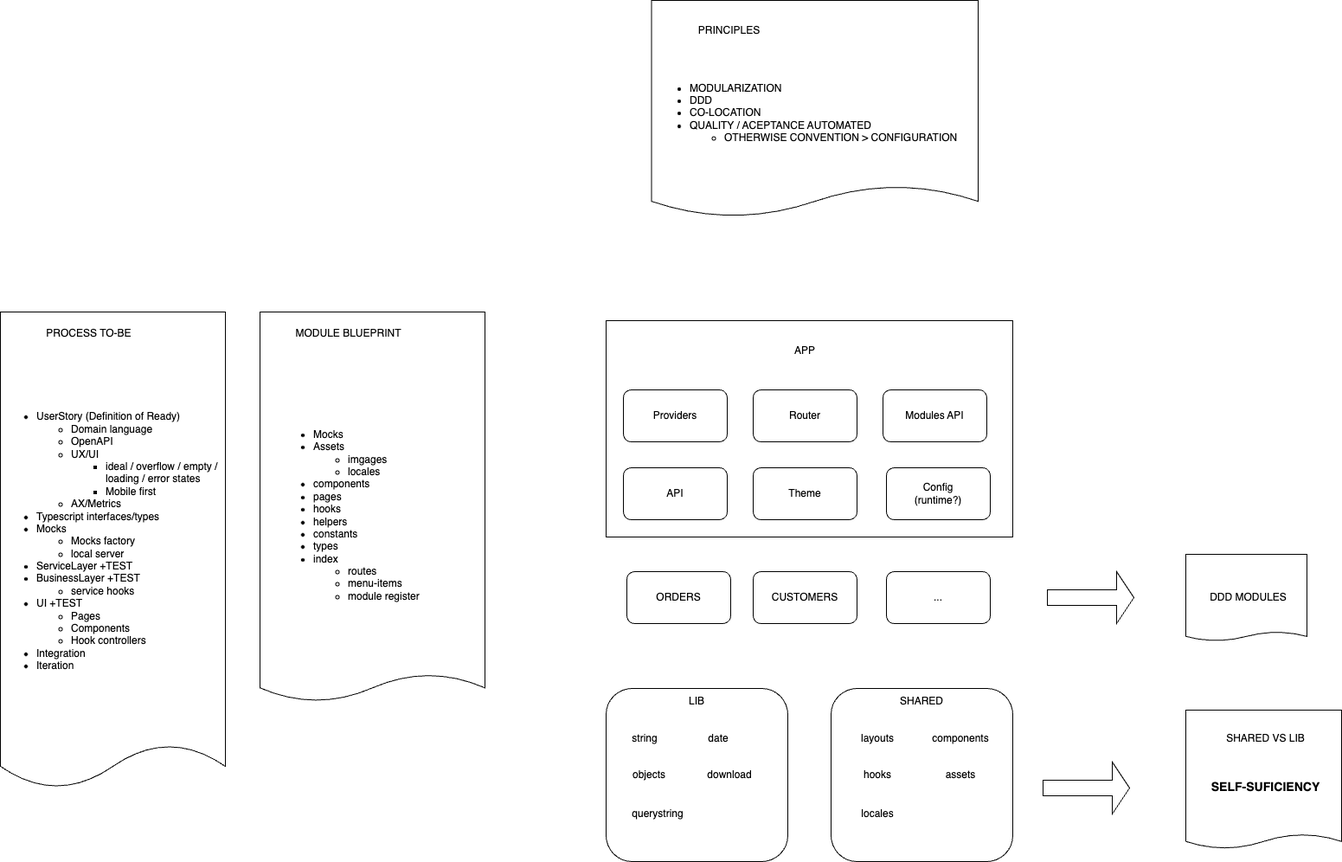
Above: arquitecture.drawio.png in etereo-io/vite-react-ts-scaffolding (draw.io), before the change. Source tidied: cells renumbered, new cells last; positions are measured from the earlier drawing's top-left corner, leaving out a move shared by most shapes. Its diagram source:
```xml
<mxGraphModel>
  <root>
    <mxCell id="0" />
    <mxCell id="1" parent="0" />
    <mxCell id="2" style="rounded=0;whiteSpace=wrap;html=1;" parent="1" vertex="1">
      <mxGeometry x="700" y="370" width="470" height="250" as="geometry" />
    </mxCell>
    <mxCell id="3" value="Providers" style="rounded=1;whiteSpace=wrap;html=1;" parent="1" vertex="1">
      <mxGeometry x="720" y="450" width="120" height="60" as="geometry" />
    </mxCell>
    <mxCell id="4" value="APP" style="text;html=1;strokeColor=none;fillColor=none;align=center;verticalAlign=middle;whiteSpace=wrap;rounded=0;" parent="1" vertex="1">
      <mxGeometry x="900" y="390" width="60" height="30" as="geometry" />
    </mxCell>
    <mxCell id="5" style="rounded=1;whiteSpace=wrap;html=1;" parent="1" vertex="1">
      <mxGeometry x="700" y="795" width="210" height="200" as="geometry" />
    </mxCell>
    <mxCell id="6" value="string" style="text;html=1;strokeColor=none;fillColor=none;align=center;verticalAlign=middle;whiteSpace=wrap;rounded=0;" parent="1" vertex="1">
      <mxGeometry x="715" y="837.5" width="60" height="30" as="geometry" />
    </mxCell>
    <mxCell id="7" value="objects" style="text;html=1;strokeColor=none;fillColor=none;align=center;verticalAlign=middle;whiteSpace=wrap;rounded=0;" parent="1" vertex="1">
      <mxGeometry x="720" y="880" width="60" height="30" as="geometry" />
    </mxCell>
    <mxCell id="8" value="date" style="text;html=1;strokeColor=none;fillColor=none;align=center;verticalAlign=middle;whiteSpace=wrap;rounded=0;" parent="1" vertex="1">
      <mxGeometry x="800" y="837.5" width="60" height="30" as="geometry" />
    </mxCell>
    <mxCell id="9" style="rounded=1;whiteSpace=wrap;html=1;" parent="1" vertex="1">
      <mxGeometry x="960" y="795" width="210" height="200" as="geometry" />
    </mxCell>
    <mxCell id="10" value="ORDERS" style="rounded=1;whiteSpace=wrap;html=1;" parent="1" vertex="1">
      <mxGeometry x="724" y="660" width="120" height="60" as="geometry" />
    </mxCell>
    <mxCell id="11" value="layouts" style="text;html=1;strokeColor=none;fillColor=none;align=center;verticalAlign=middle;whiteSpace=wrap;rounded=0;" parent="1" vertex="1">
      <mxGeometry x="984" y="837.5" width="60" height="30" as="geometry" />
    </mxCell>
    <mxCell id="12" value="components" style="text;html=1;strokeColor=none;fillColor=none;align=center;verticalAlign=middle;whiteSpace=wrap;rounded=0;" parent="1" vertex="1">
      <mxGeometry x="1080" y="837.5" width="60" height="30" as="geometry" />
    </mxCell>
    <mxCell id="13" value="hooks" style="text;html=1;strokeColor=none;fillColor=none;align=center;verticalAlign=middle;whiteSpace=wrap;rounded=0;" parent="1" vertex="1">
      <mxGeometry x="984" y="880" width="60" height="30" as="geometry" />
    </mxCell>
    <mxCell id="14" value="download" style="text;html=1;strokeColor=none;fillColor=none;align=center;verticalAlign=middle;whiteSpace=wrap;rounded=0;" parent="1" vertex="1">
      <mxGeometry x="812.5" y="880" width="60" height="30" as="geometry" />
    </mxCell>
    <mxCell id="15" value="querystring" style="text;html=1;strokeColor=none;fillColor=none;align=center;verticalAlign=middle;whiteSpace=wrap;rounded=0;" parent="1" vertex="1">
      <mxGeometry x="730" y="925" width="60" height="30" as="geometry" />
    </mxCell>
    <mxCell id="16" value="Router" style="rounded=1;whiteSpace=wrap;html=1;" parent="1" vertex="1">
      <mxGeometry x="870" y="450" width="120" height="60" as="geometry" />
    </mxCell>
    <mxCell id="17" value="Modules API" style="rounded=1;whiteSpace=wrap;html=1;" parent="1" vertex="1">
      <mxGeometry x="1020" y="450" width="120" height="60" as="geometry" />
    </mxCell>
    <mxCell id="18" value="..." style="rounded=1;whiteSpace=wrap;html=1;" parent="1" vertex="1">
      <mxGeometry x="1024" y="660" width="120" height="60" as="geometry" />
    </mxCell>
    <mxCell id="19" style="shape=document;whiteSpace=wrap;html=1;boundedLbl=1;size=0.06976744186046512;" parent="1" vertex="1">
      <mxGeometry x="300" y="360" width="260" height="450" as="geometry" />
    </mxCell>
    <mxCell id="20" value="assets" style="text;html=1;strokeColor=none;fillColor=none;align=center;verticalAlign=middle;whiteSpace=wrap;rounded=0;" parent="1" vertex="1">
      <mxGeometry x="1080" y="880" width="60" height="30" as="geometry" />
    </mxCell>
    <mxCell id="21" value="locales" style="text;html=1;strokeColor=none;fillColor=none;align=center;verticalAlign=middle;whiteSpace=wrap;rounded=0;" parent="1" vertex="1">
      <mxGeometry x="984" y="925" width="60" height="30" as="geometry" />
    </mxCell>
    <mxCell id="22" value="Theme" style="rounded=1;whiteSpace=wrap;html=1;" parent="1" vertex="1">
      <mxGeometry x="870" y="540" width="120" height="60" as="geometry" />
    </mxCell>
    <mxCell id="23" value="MODULE BLUEPRINT" style="text;html=1;strokeColor=none;fillColor=none;align=center;verticalAlign=middle;whiteSpace=wrap;rounded=0;" parent="1" vertex="1">
      <mxGeometry x="330" y="370" width="145" height="30" as="geometry" />
    </mxCell>
    <mxCell id="24" value="CUSTOMERS" style="rounded=1;whiteSpace=wrap;html=1;" parent="1" vertex="1">
      <mxGeometry x="870" y="660" width="120" height="60" as="geometry" />
    </mxCell>
    <mxCell id="25" style="shape=document;whiteSpace=wrap;html=1;boundedLbl=1;size=0.09090909090909091;" parent="1" vertex="1">
      <mxGeometry y="360" width="260" height="550" as="geometry" />
    </mxCell>
    <mxCell id="26" value="PROCESS TO-BE" style="text;html=1;strokeColor=none;fillColor=none;align=center;verticalAlign=middle;whiteSpace=wrap;rounded=0;" parent="1" vertex="1">
      <mxGeometry x="30" y="370" width="145" height="30" as="geometry" />
    </mxCell>
    <mxCell id="27" value="&lt;ul&gt;&lt;li&gt;UserStory (Definition of Ready)&lt;/li&gt;&lt;ul&gt;&lt;li&gt;Domain language&lt;/li&gt;&lt;li&gt;OpenAPI&lt;/li&gt;&lt;li&gt;UX/UI&lt;/li&gt;&lt;ul&gt;&lt;li&gt;ideal / overflow / empty / loading / error states&lt;/li&gt;&lt;li&gt;Mobile first&lt;/li&gt;&lt;/ul&gt;&lt;li&gt;AX/Metrics&lt;/li&gt;&lt;/ul&gt;&lt;li&gt;Typescript interfaces/types&lt;/li&gt;&lt;li&gt;Mocks&lt;/li&gt;&lt;ul&gt;&lt;li&gt;Mocks factory&lt;/li&gt;&lt;li&gt;local server&lt;/li&gt;&lt;/ul&gt;&lt;li&gt;ServiceLayer +TEST&lt;/li&gt;&lt;li&gt;BusinessLayer +TEST&lt;/li&gt;&lt;ul&gt;&lt;li&gt;service hooks&lt;/li&gt;&lt;/ul&gt;&lt;li&gt;UI +TEST&lt;/li&gt;&lt;ul&gt;&lt;li&gt;Pages&lt;/li&gt;&lt;li&gt;Components&lt;/li&gt;&lt;li&gt;Hook controllers&lt;/li&gt;&lt;/ul&gt;&lt;li&gt;Integration&lt;/li&gt;&lt;li&gt;Iteration&lt;/li&gt;&lt;/ul&gt;" style="text;strokeColor=none;fillColor=none;html=1;whiteSpace=wrap;verticalAlign=middle;overflow=hidden;" parent="1" vertex="1">
      <mxGeometry y="390" width="260" height="470" as="geometry" />
    </mxCell>
    <mxCell id="28" value="&lt;ul&gt;&lt;li&gt;Mocks&lt;/li&gt;&lt;li&gt;Assets&lt;/li&gt;&lt;ul&gt;&lt;li&gt;imgages&lt;/li&gt;&lt;li&gt;locales&lt;/li&gt;&lt;/ul&gt;&lt;li&gt;components&lt;/li&gt;&lt;li&gt;pages&lt;/li&gt;&lt;li&gt;hooks&lt;/li&gt;&lt;li&gt;helpers&lt;/li&gt;&lt;li&gt;constants&lt;/li&gt;&lt;li&gt;types&lt;/li&gt;&lt;li&gt;index&lt;/li&gt;&lt;ul&gt;&lt;li&gt;routes&lt;/li&gt;&lt;li&gt;menu-items&lt;/li&gt;&lt;li&gt;module register&lt;/li&gt;&lt;/ul&gt;&lt;/ul&gt;" style="text;strokeColor=none;fillColor=none;html=1;whiteSpace=wrap;verticalAlign=middle;overflow=hidden;" parent="1" vertex="1">
      <mxGeometry x="320" y="430" width="240" height="330" as="geometry" />
    </mxCell>
    <mxCell id="29" style="shape=document;whiteSpace=wrap;html=1;boundedLbl=1;size=0.14285714285714285;" parent="1" vertex="1">
      <mxGeometry x="752.5" width="377.5" height="250" as="geometry" />
    </mxCell>
    <mxCell id="30" value="PRINCIPLES" style="text;html=1;strokeColor=none;fillColor=none;align=center;verticalAlign=middle;whiteSpace=wrap;rounded=0;" parent="1" vertex="1">
      <mxGeometry x="770" y="20" width="145" height="30" as="geometry" />
    </mxCell>
    <mxCell id="31" value="&lt;ul&gt;&lt;li&gt;MODULARIZATION&lt;/li&gt;&lt;li&gt;DDD&lt;/li&gt;&lt;li&gt;CO-LOCATION&lt;/li&gt;&lt;li&gt;QUALITY / ACEPTANCE AUTOMATED&lt;/li&gt;&lt;ul&gt;&lt;li&gt;OTHERWISE CONVENTION &amp;gt; CONFIGURATION&lt;/li&gt;&lt;/ul&gt;&lt;/ul&gt;" style="text;strokeColor=none;fillColor=none;html=1;whiteSpace=wrap;verticalAlign=middle;overflow=hidden;" parent="1" vertex="1">
      <mxGeometry x="755" y="60" width="360" height="140" as="geometry" />
    </mxCell>
    <mxCell id="32" value="Config&lt;br&gt;(runtime?)" style="rounded=1;whiteSpace=wrap;html=1;" parent="1" vertex="1">
      <mxGeometry x="1024" y="540" width="120" height="60" as="geometry" />
    </mxCell>
    <mxCell id="33" value="LIB" style="text;html=1;strokeColor=none;fillColor=none;align=center;verticalAlign=middle;whiteSpace=wrap;rounded=0;" parent="1" vertex="1">
      <mxGeometry x="775" y="795" width="60" height="30" as="geometry" />
    </mxCell>
    <mxCell id="34" value="SHARED" style="text;html=1;strokeColor=none;fillColor=none;align=center;verticalAlign=middle;whiteSpace=wrap;rounded=0;" parent="1" vertex="1">
      <mxGeometry x="1035" y="795" width="60" height="30" as="geometry" />
    </mxCell>
    <mxCell id="35" style="shape=document;whiteSpace=wrap;html=1;boundedLbl=1;size=0.10344827586206896;" parent="1" vertex="1">
      <mxGeometry x="1370" y="820" width="180" height="160" as="geometry" />
    </mxCell>
    <mxCell id="36" value="SHARED VS LIB" style="text;html=1;strokeColor=none;fillColor=none;align=center;verticalAlign=middle;whiteSpace=wrap;rounded=0;" parent="1" vertex="1">
      <mxGeometry x="1390" y="837.5" width="145" height="30" as="geometry" />
    </mxCell>
    <mxCell id="37" value="&lt;h3&gt;SELF-SUFICIENCY&lt;/h3&gt;" style="text;strokeColor=none;fillColor=none;html=1;whiteSpace=wrap;verticalAlign=middle;overflow=hidden;align=center;" parent="1" vertex="1">
      <mxGeometry x="1385" y="877.5" width="155" height="62.5" as="geometry" />
    </mxCell>
    <mxCell id="38" value="API" style="rounded=1;whiteSpace=wrap;html=1;" parent="1" vertex="1">
      <mxGeometry x="720" y="540" width="120" height="60" as="geometry" />
    </mxCell>
    <mxCell id="39" style="shape=singleArrow;whiteSpace=wrap;html=1;" parent="1" vertex="1">
      <mxGeometry x="1210" y="660" width="100" height="60" as="geometry" />
    </mxCell>
    <mxCell id="40" style="shape=singleArrow;whiteSpace=wrap;html=1;" parent="1" vertex="1">
      <mxGeometry x="1205" y="880" width="100" height="60" as="geometry" />
    </mxCell>
    <mxCell id="41" style="shape=document;whiteSpace=wrap;html=1;boundedLbl=1;size=0.10344827586206896;" parent="1" vertex="1">
      <mxGeometry x="1370" y="640" width="140" height="100" as="geometry" />
    </mxCell>
    <mxCell id="42" value="DDD MODULES" style="text;html=1;strokeColor=none;fillColor=none;align=center;verticalAlign=middle;whiteSpace=wrap;rounded=0;" parent="1" vertex="1">
      <mxGeometry x="1370" y="675" width="145" height="30" as="geometry" />
    </mxCell>
  </root>
</mxGraphModel>
```
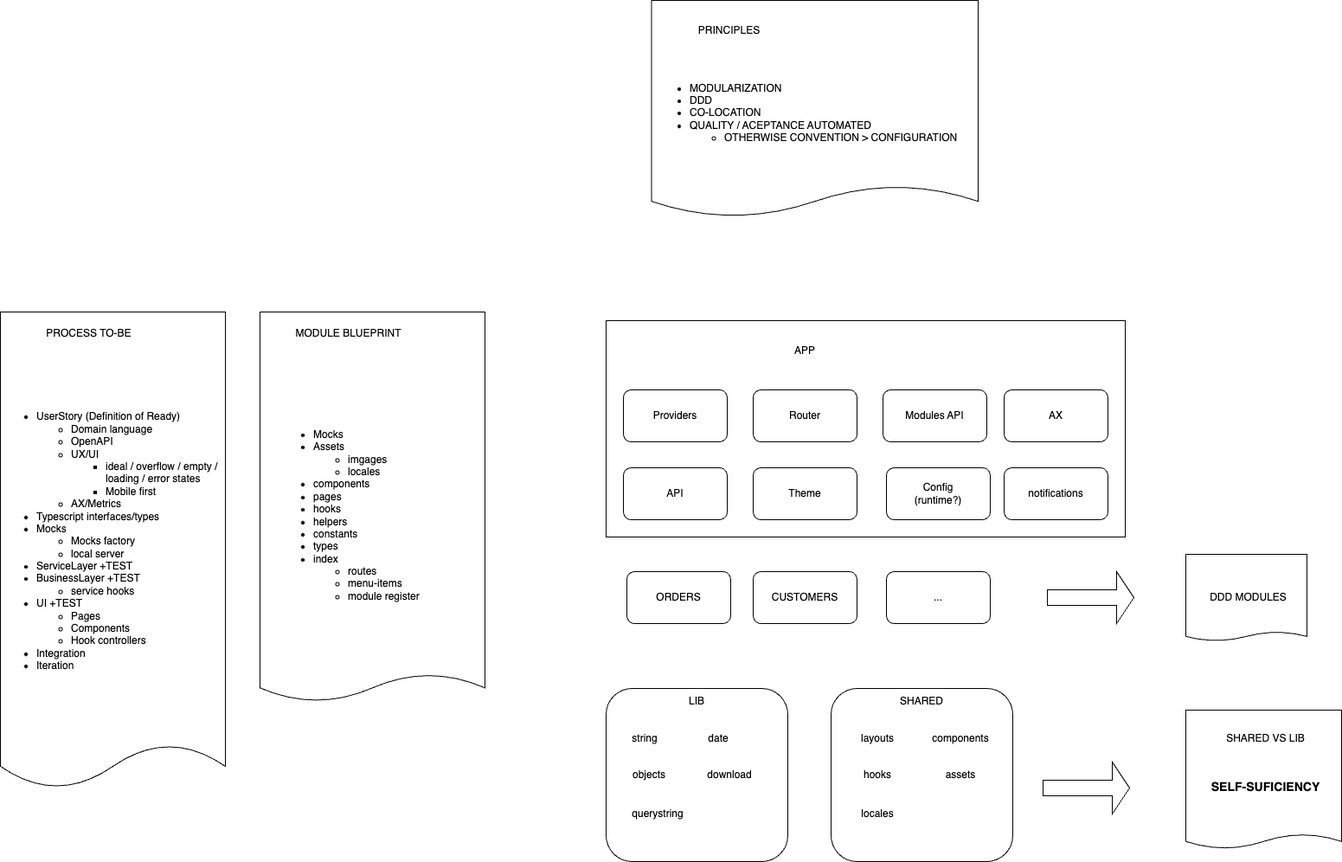
After the change.

Diff of the diagram source:
```diff
@@ -3,7 +3,7 @@
     <mxCell id="0" />
     <mxCell id="1" parent="0" />
     <mxCell id="2" style="rounded=0;whiteSpace=wrap;html=1;" parent="1" vertex="1">
-      <mxGeometry x="700" y="370" width="470" height="250" as="geometry" />
+      <mxGeometry x="700" y="370" width="600" height="250" as="geometry" />
     </mxCell>
     <mxCell id="3" value="Providers" style="rounded=1;whiteSpace=wrap;html=1;" parent="1" vertex="1">
       <mxGeometry x="720" y="450" width="120" height="60" as="geometry" />
@@ -125,5 +125,11 @@
     <mxCell id="42" value="DDD MODULES" style="text;html=1;strokeColor=none;fillColor=none;align=center;verticalAlign=middle;whiteSpace=wrap;rounded=0;" parent="1" vertex="1">
       <mxGeometry x="1370" y="675" width="145" height="30" as="geometry" />
     </mxCell>
+    <mxCell id="43" value="AX" style="rounded=1;whiteSpace=wrap;html=1;" parent="1" vertex="1">
+      <mxGeometry x="1160" y="450" width="120" height="60" as="geometry" />
+    </mxCell>
+    <mxCell id="44" value="notifications" style="rounded=1;whiteSpace=wrap;html=1;" parent="1" vertex="1">
+      <mxGeometry x="1160" y="540" width="120" height="60" as="geometry" />
+    </mxCell>
   </root>
 </mxGraphModel>
```
